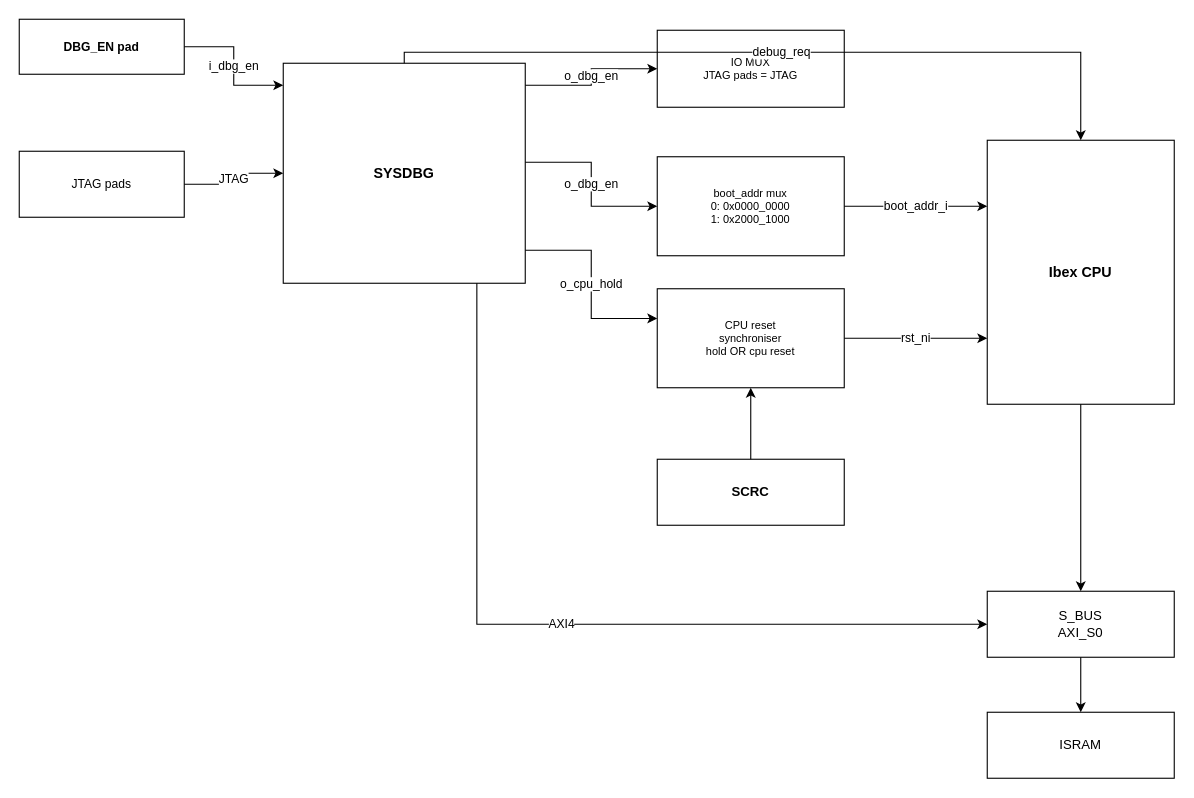
Earlier version of the draw.io diagram page "Debug boot wiring" (3 of 3) of doc/drawio/QNSC_SYSDBG_MAS.drawio (quynhonsemiconductor/vlsi_deep_training). Source tidied: cells renumbered, new cells numbered last; positions are measured from the earlier drawing's top-left corner, leaving out a move shared by most shapes. Both pictures are drawn from the tidied source at 110%, with x=0, y=0 at pixel (19, 19).
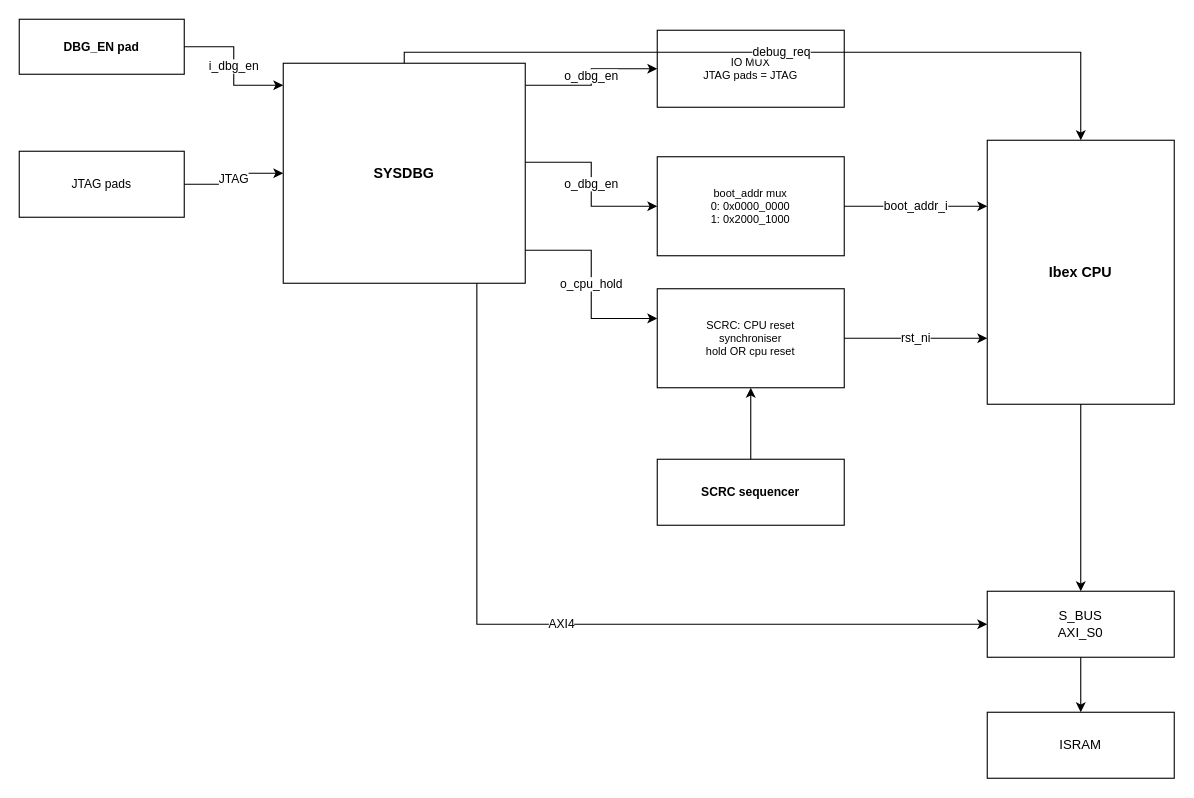
Above is the later version.

The edit, as a diff of the source:
```diff
@@
-    <mxCell id="5" value="SCRC" style="rounded=0;whiteSpace=wrap;html=1;fillColor=#ffffff;strokeColor=#000000;fontSize=12;dashed=0;fontStyle=1;verticalAlign=middle;" parent="1" vertex="1">
+    <mxCell id="5" value="SCRC sequencer" style="rounded=0;whiteSpace=wrap;html=1;fillColor=#ffffff;strokeColor=#000000;fontSize=11;dashed=0;fontStyle=1;verticalAlign=middle;" parent="1" vertex="1">
       <mxGeometry x="580" y="400" width="170" height="60" as="geometry" />
     </mxCell>
@@
-    <mxCell id="8" value="CPU reset&#10;synchroniser&#10;hold OR cpu reset" style="rounded=0;whiteSpace=wrap;html=1;fillColor=#ffffff;strokeColor=#000000;fontSize=10;dashed=0;verticalAlign=middle;" parent="1" vertex="1">
+    <mxCell id="8" value="SCRC: CPU reset&#10;synchroniser&#10;hold OR cpu reset" style="rounded=0;whiteSpace=wrap;html=1;fillColor=#ffffff;strokeColor=#000000;fontSize=10;dashed=0;verticalAlign=middle;" parent="1" vertex="1">
       <mxGeometry x="580" y="245" width="170" height="90" as="geometry" />
     </mxCell>
```
